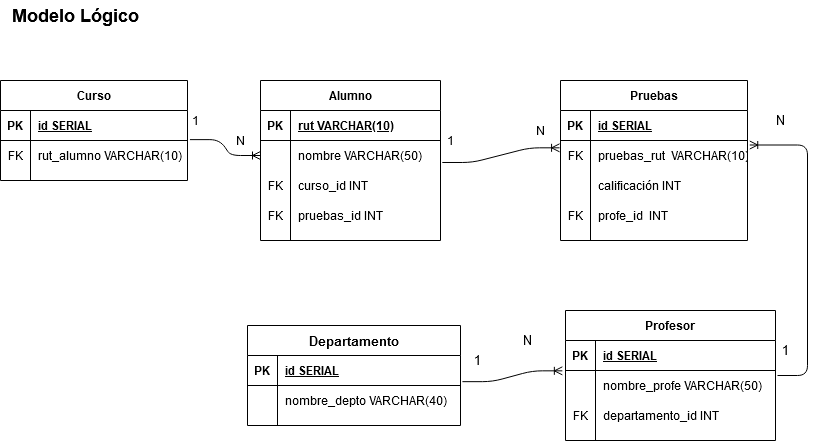
This is Caso2_modelos.png from gilibethvega/modelamiento_de_datos, a draw.io export, as it was before one commit. Source tidied: cells renumbered, new cells last; positions are measured from the earlier drawing's top-left corner, leaving out a move shared by most shapes.
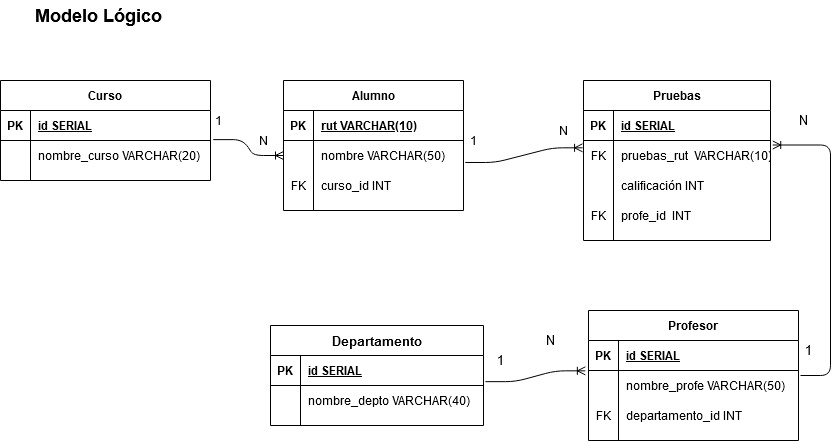
Later version of the same file.

What changed in the source:
```diff
@@ -3,7 +3,7 @@
     <mxCell id="0" />
     <mxCell id="1" parent="0" />
     <mxCell id="2" value="Alumno" style="shape=table;startSize=30;rowLines=0;fontStyle=1;align=center;" parent="1" vertex="1">
-      <mxGeometry x="260" y="80" width="180" height="160" as="geometry" />
+      <mxGeometry x="260" y="80" width="180" height="130" as="geometry" />
     </mxCell>
     <mxCell id="3" style="shape=partialRectangle;fillColor=none;top=0;left=0;bottom=1;right=0;" parent="2" vertex="1">
       <mxGeometry y="30" width="180" height="30" as="geometry" />
@@ -32,15 +32,6 @@
     <mxCell id="11" value="curso_id INT" style="shape=partialRectangle;fillColor=none;top=0;left=0;bottom=0;right=0;align=left;spacingLeft=6;fontStyle=0;overflow=hidden;" parent="9" vertex="1">
       <mxGeometry x="30" width="150" height="30" as="geometry" />
     </mxCell>
-    <mxCell id="12" style="shape=partialRectangle;fillColor=none;top=0;left=0;bottom=0;right=0;" parent="2" vertex="1">
-      <mxGeometry y="120" width="180" height="30" as="geometry" />
-    </mxCell>
-    <mxCell id="13" value="FK" style="shape=partialRectangle;fillColor=none;top=0;left=0;bottom=0;right=0;fontStyle=0;overflow=hidden;" parent="12" vertex="1">
-      <mxGeometry width="30" height="30" as="geometry" />
-    </mxCell>
-    <mxCell id="14" value="pruebas_id INT" style="shape=partialRectangle;fillColor=none;top=0;left=0;bottom=0;right=0;align=left;spacingLeft=6;fontStyle=0;overflow=hidden;" parent="12" vertex="1">
-      <mxGeometry x="30" width="150" height="30" as="geometry" />
-    </mxCell>
     <mxCell id="15" value="Pruebas" style="shape=table;startSize=30;rowLines=0;fontStyle=1;align=center;" parent="1" vertex="1">
       <mxGeometry x="560" y="80" width="187" height="160" as="geometry" />
     </mxCell>
@@ -111,25 +102,25 @@
       <mxGeometry x="30" width="180" height="30" as="geometry" />
     </mxCell>
     <mxCell id="38" value="Curso" style="shape=table;startSize=30;rowLines=0;fontStyle=1;align=center;" parent="1" vertex="1">
-      <mxGeometry y="80" width="187" height="100" as="geometry" />
+      <mxGeometry x="-23" y="80" width="210" height="100" as="geometry" />
     </mxCell>
     <mxCell id="39" style="shape=partialRectangle;fillColor=none;top=0;left=0;bottom=1;right=0;" parent="38" vertex="1">
-      <mxGeometry y="30" width="187" height="30" as="geometry" />
+      <mxGeometry y="30" width="210" height="30" as="geometry" />
     </mxCell>
     <mxCell id="40" value="PK" style="shape=partialRectangle;fillColor=none;top=0;left=0;bottom=0;right=0;fontStyle=1;overflow=hidden;" parent="39" vertex="1">
       <mxGeometry width="30" height="30" as="geometry" />
     </mxCell>
     <mxCell id="41" value="id SERIAL" style="shape=partialRectangle;fillColor=none;top=0;left=0;bottom=0;right=0;align=left;spacingLeft=6;fontStyle=5;overflow=hidden;" parent="39" vertex="1">
-      <mxGeometry x="30" width="157" height="30" as="geometry" />
+      <mxGeometry x="30" width="180" height="30" as="geometry" />
     </mxCell>
     <mxCell id="42" style="shape=partialRectangle;fillColor=none;top=0;left=0;bottom=0;right=0;points=[[0,0.5],[1,0.5]];portConstraint=eastwest;" parent="38" vertex="1">
-      <mxGeometry y="60" width="187" height="30" as="geometry" />
+      <mxGeometry y="60" width="210" height="30" as="geometry" />
     </mxCell>
-    <mxCell id="43" value="FK" style="shape=partialRectangle;fillColor=none;top=0;left=0;bottom=0;right=0;overflow=hidden;" parent="42" vertex="1">
+    <mxCell id="43" style="shape=partialRectangle;fillColor=none;top=0;left=0;bottom=0;right=0;overflow=hidden;" parent="42" vertex="1">
       <mxGeometry width="30" height="30" as="geometry" />
     </mxCell>
-    <mxCell id="44" value="rut_alumno VARCHAR(10)" style="shape=partialRectangle;fillColor=none;top=0;left=0;bottom=0;right=0;align=left;spacingLeft=6;overflow=hidden;" parent="42" vertex="1">
-      <mxGeometry x="30" width="157" height="30" as="geometry" />
+    <mxCell id="44" value="nombre_curso VARCHAR(20)" style="shape=partialRectangle;fillColor=none;top=0;left=0;bottom=0;right=0;align=left;spacingLeft=6;overflow=hidden;" parent="42" vertex="1">
+      <mxGeometry x="30" width="180" height="30" as="geometry" />
     </mxCell>
     <mxCell id="45" style="edgeStyle=entityRelationEdgeStyle;fontSize=12;html=1;endArrow=ERoneToMany;exitX=1.013;exitY=-0.029;exitDx=0;exitDy=0;exitPerimeter=0;" parent="1" edge="1" source="42" target="6">
       <mxGeometry relative="1" as="geometry" />
```
